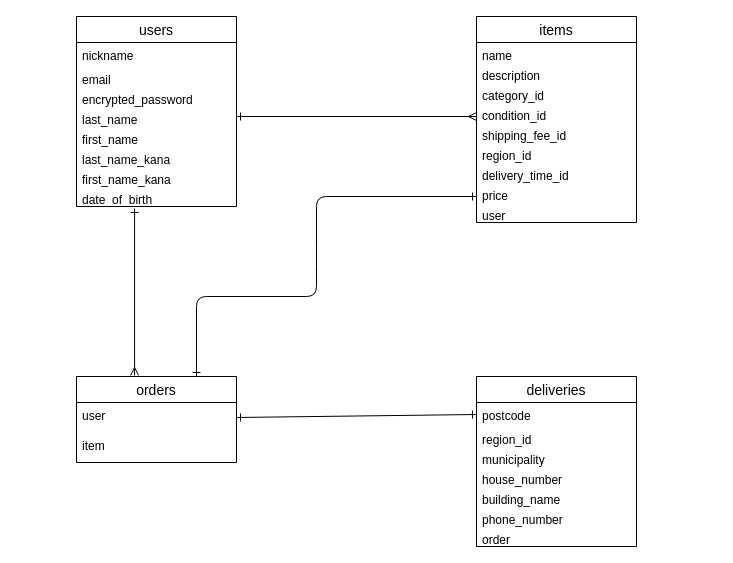
The draw.io diagram furima.dio in ryosuke2012/furima-38615, before the edit. Source tidied: cells renumbered, new cells numbered last; positions are measured from the earlier drawing's top-left corner, leaving out a move shared by most shapes. Both pictures are drawn from the tidied source at 100%, with x=0, y=0 at pixel (76, 16).
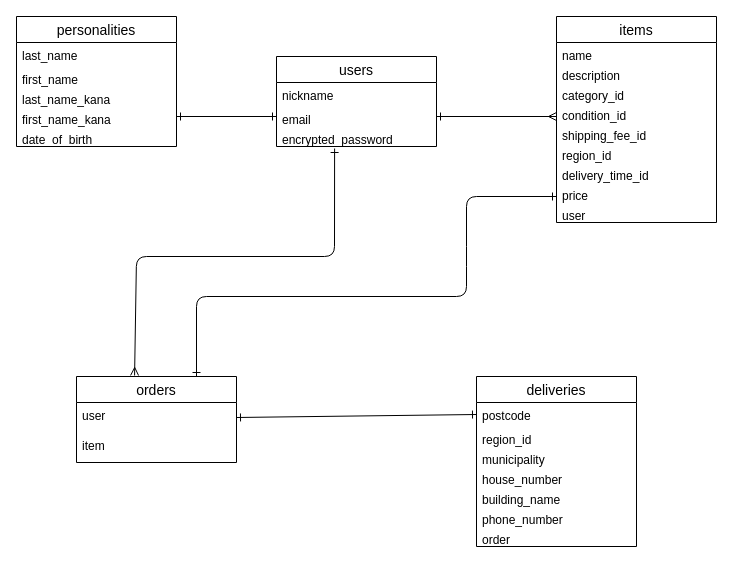
The same diagram, later.

Commit message (it also covers changes not shown here):
データベース構造の修正

Unchanged cells that the change refers to:
```xml
<mxCell id="4" value="email" style="text;strokeColor=none;fillColor=none;spacingLeft=4;spacingRight=4;overflow=hidden;points=[[0,0.5],[1,0.5]];portConstraint=eastwest;fontSize=12;" parent="2" vertex="1">
  <mxGeometry y="50" width="160" height="20" as="geometry" />
</mxCell>
<mxCell id="22" value="orders" style="swimlane;fontStyle=0;horizontal=1;startSize=26;align=center;fontSize=14;" parent="1" vertex="1">
  <mxGeometry y="360" width="160" height="86" as="geometry" />
</mxCell>
```

Diff of the diagram source:
```diff
@@
     <mxCell id="2" value="users" style="swimlane;fontStyle=0;horizontal=1;startSize=26;align=center;fontSize=14;" parent="1" vertex="1">
-      <mxGeometry width="160" height="190" as="geometry" />
+      <mxGeometry x="200" y="40" width="160" height="90" as="geometry" />
     </mxCell>
@@
-    <mxCell id="6" value="last_name" style="text;strokeColor=none;fillColor=none;spacingLeft=4;spacingRight=4;overflow=hidden;points=[[0,0.5],[1,0.5]];portConstraint=eastwest;fontSize=12;" parent="2" vertex="1">
-      <mxGeometry y="90" width="160" height="20" as="geometry" />
-    </mxCell>
-    <mxCell id="7" value="first_name" style="text;strokeColor=none;fillColor=none;spacingLeft=4;spacingRight=4;overflow=hidden;fontSize=12;" parent="2" vertex="1">
-      <mxGeometry y="110" width="160" height="20" as="geometry" />
-    </mxCell>
-    <mxCell id="8" value="last_name_kana" style="text;strokeColor=none;fillColor=none;spacingLeft=4;spacingRight=4;overflow=hidden;fontSize=12;" parent="2" vertex="1">
-      <mxGeometry y="130" width="160" height="20" as="geometry" />
-    </mxCell>
-    <mxCell id="9" value="first_name_kana" style="text;strokeColor=none;fillColor=none;spacingLeft=4;spacingRight=4;overflow=hidden;points=[[0,0.5],[1,0.5]];portConstraint=eastwest;fontSize=12;" parent="2" vertex="1">
-      <mxGeometry y="150" width="160" height="20" as="geometry" />
-    </mxCell>
-    <mxCell id="10" value="date_of_birth" style="text;strokeColor=none;fillColor=none;spacingLeft=4;spacingRight=4;overflow=hidden;points=[[0,0.5],[1,0.5]];portConstraint=eastwest;fontSize=12;" parent="2" vertex="1">
-      <mxGeometry y="170" width="160" height="20" as="geometry" />
-    </mxCell>
     <mxCell id="11" value="items" style="swimlane;fontStyle=0;horizontal=1;startSize=26;align=center;fontSize=14;" parent="1" vertex="1">
-      <mxGeometry x="400" width="160" height="206" as="geometry" />
+      <mxGeometry x="480" width="160" height="206" as="geometry" />
     </mxCell>
@@
-    <mxCell id="21" style="edgeStyle=none;html=1;exitX=0.363;exitY=-0.012;exitDx=0;exitDy=0;startArrow=ERmany;startFill=0;endArrow=ERone;endFill=0;entryX=0.363;entryY=1.1;entryDx=0;entryDy=0;entryPerimeter=0;exitPerimeter=0;" parent="1" edge="1" source="22" target="10">
-      <mxGeometry relative="1" as="geometry" />
+    <mxCell id="21" style="edgeStyle=none;html=1;exitX=0.363;exitY=-0.012;exitDx=0;exitDy=0;startArrow=ERmany;startFill=0;endArrow=ERone;endFill=0;entryX=0.363;entryY=1.1;entryDx=0;entryDy=0;entryPerimeter=0;exitPerimeter=0;" parent="1" edge="1" source="22">
+      <mxGeometry relative="1" as="geometry">
+        <mxPoint x="258.1" y="132" as="targetPoint" />
+        <Array as="points">
+          <mxPoint x="60" y="240" />
+          <mxPoint x="258" y="240" />
+        </Array>
+      </mxGeometry>
     </mxCell>
@@
-    <mxCell id="33" style="edgeStyle=none;html=1;endArrow=ERmany;endFill=0;startArrow=ERone;startFill=0;exitX=1;exitY=0.5;exitDx=0;exitDy=0;" parent="1" edge="1" source="6">
+    <mxCell id="33" style="edgeStyle=none;html=1;endArrow=ERmany;endFill=0;startArrow=ERone;startFill=0;exitX=1;exitY=0.5;exitDx=0;exitDy=0;" parent="1" edge="1">
       <mxGeometry relative="1" as="geometry">
-        <mxPoint x="400" y="100" as="targetPoint" />
+        <mxPoint x="360" y="100" as="sourcePoint" />
+        <mxPoint x="480" y="100" as="targetPoint" />
       </mxGeometry>
     </mxCell>
     <mxCell id="34" style="edgeStyle=none;html=1;entryX=0.75;entryY=0;entryDx=0;entryDy=0;startArrow=ERone;startFill=0;endArrow=ERone;endFill=0;" parent="1" edge="1" target="22">
       <mxGeometry relative="1" as="geometry">
-        <mxPoint x="400" y="180" as="sourcePoint" />
+        <mxPoint x="480" y="180" as="sourcePoint" />
         <Array as="points">
-          <mxPoint x="240" y="180" />
-          <mxPoint x="240" y="240" />
-          <mxPoint x="240" y="280" />
+          <mxPoint x="390" y="180" />
+          <mxPoint x="390" y="240" />
+          <mxPoint x="390" y="280" />
           <mxPoint x="120" y="280" />
         </Array>
       </mxGeometry>
     </mxCell>
@@
+    <mxCell id="36" value="personalities" style="swimlane;fontStyle=0;horizontal=1;startSize=26;align=center;fontSize=14;" parent="1" vertex="1">
+      <mxGeometry x="-60" width="160" height="130" as="geometry" />
+    </mxCell>
+    <mxCell id="6" value="last_name" style="text;strokeColor=none;fillColor=none;spacingLeft=4;spacingRight=4;overflow=hidden;points=[[0,0.5],[1,0.5]];portConstraint=eastwest;fontSize=12;" parent="36" vertex="1">
+      <mxGeometry y="26" width="160" height="24" as="geometry" />
+    </mxCell>
+    <mxCell id="7" value="first_name" style="text;strokeColor=none;fillColor=none;spacingLeft=4;spacingRight=4;overflow=hidden;fontSize=12;" parent="36" vertex="1">
+      <mxGeometry y="50" width="160" height="20" as="geometry" />
+    </mxCell>
+    <mxCell id="8" value="last_name_kana" style="text;strokeColor=none;fillColor=none;spacingLeft=4;spacingRight=4;overflow=hidden;fontSize=12;" parent="36" vertex="1">
+      <mxGeometry y="70" width="160" height="20" as="geometry" />
+    </mxCell>
+    <mxCell id="9" value="first_name_kana" style="text;strokeColor=none;fillColor=none;spacingLeft=4;spacingRight=4;overflow=hidden;points=[[0,0.5],[1,0.5]];portConstraint=eastwest;fontSize=12;" parent="36" vertex="1">
+      <mxGeometry y="90" width="160" height="20" as="geometry" />
+    </mxCell>
+    <mxCell id="10" value="date_of_birth" style="text;strokeColor=none;fillColor=none;spacingLeft=4;spacingRight=4;overflow=hidden;points=[[0,0.5],[1,0.5]];portConstraint=eastwest;fontSize=12;" parent="36" vertex="1">
+      <mxGeometry y="110" width="160" height="20" as="geometry" />
+    </mxCell>
+    <mxCell id="37" style="edgeStyle=none;html=1;exitX=0;exitY=0.5;exitDx=0;exitDy=0;entryX=1;entryY=0.5;entryDx=0;entryDy=0;startArrow=ERone;startFill=0;endArrow=ERone;endFill=0;" parent="1" edge="1" source="4" target="9">
+      <mxGeometry relative="1" as="geometry" />
+    </mxCell>
```
